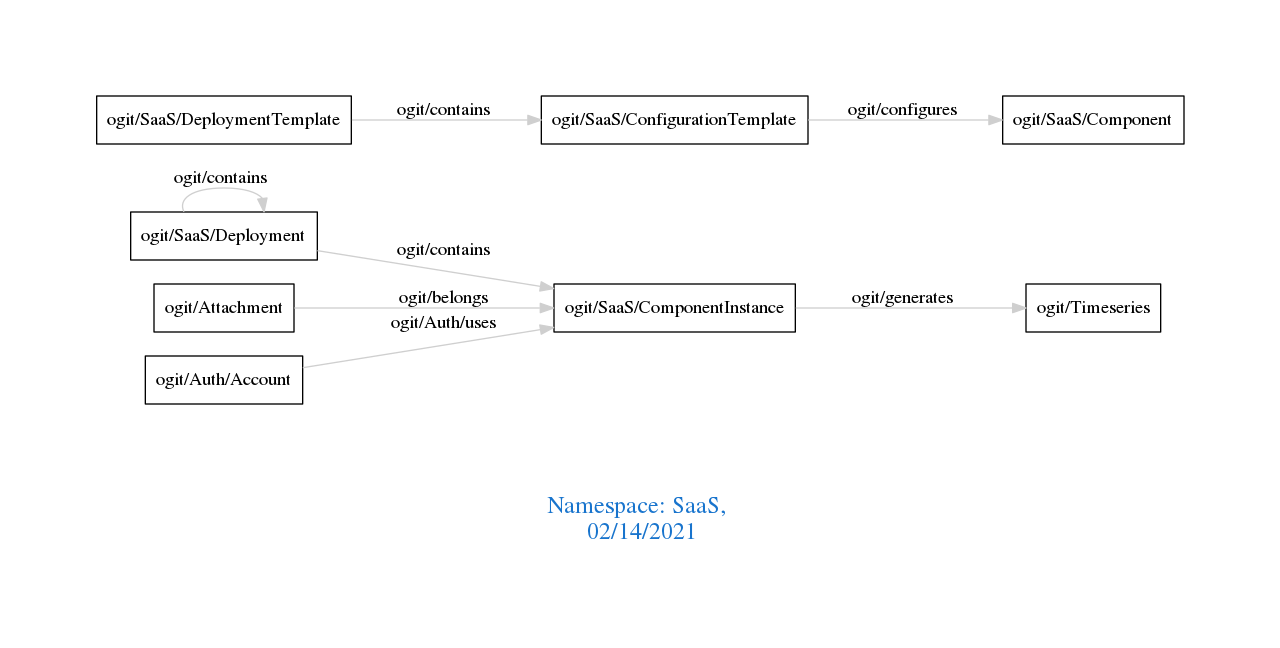
This is downloads/SaaS.png from arago/OGIT, a Graphviz export, as it was before one commit. Its source is kept beside it as downloads/SaaS.dot.
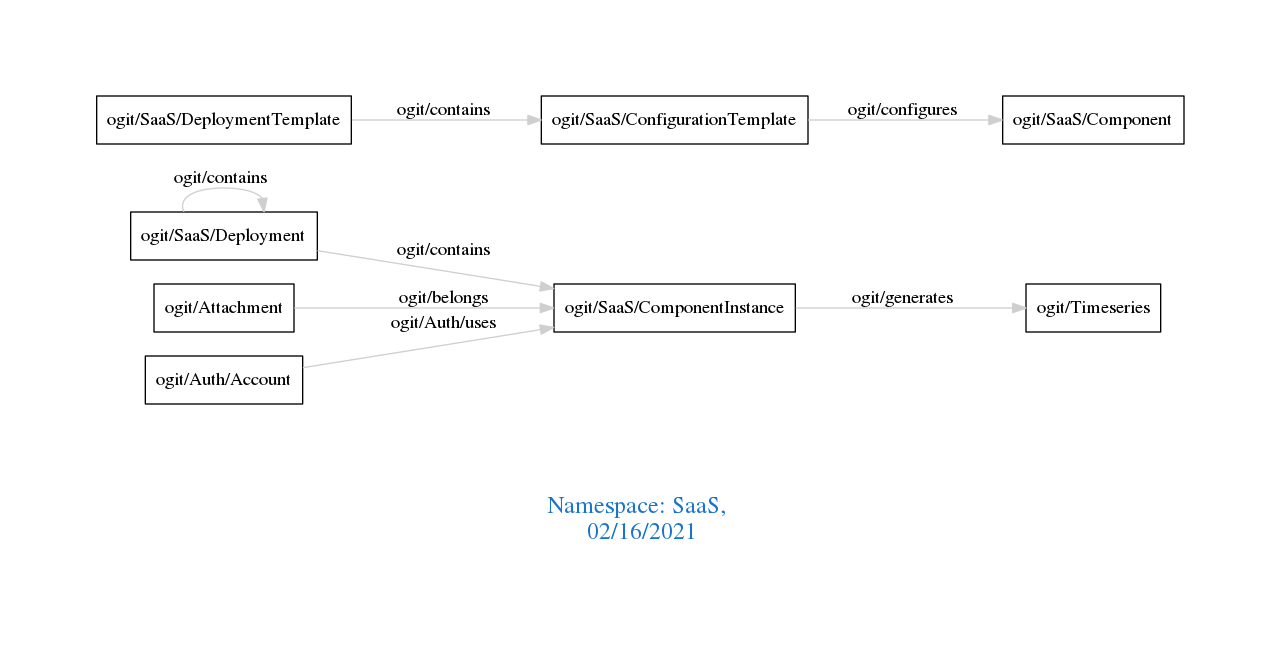
After the change.

What changed in the source:
```diff
@@ -1,7 +1,7 @@
 digraph OGIT_ontology {
  graph [ rankdir= LR,pad=1
 fontsize = 18,
-fontcolor= dodgerblue3,label = "\n\n\nNamespace: SaaS, \n 02/14/2021"];
+fontcolor= dodgerblue3,label = "\n\n\nNamespace: SaaS, \n 02/16/2021"];
 node[shape=polygon];
 edge [  color="gray81"];
 
```
